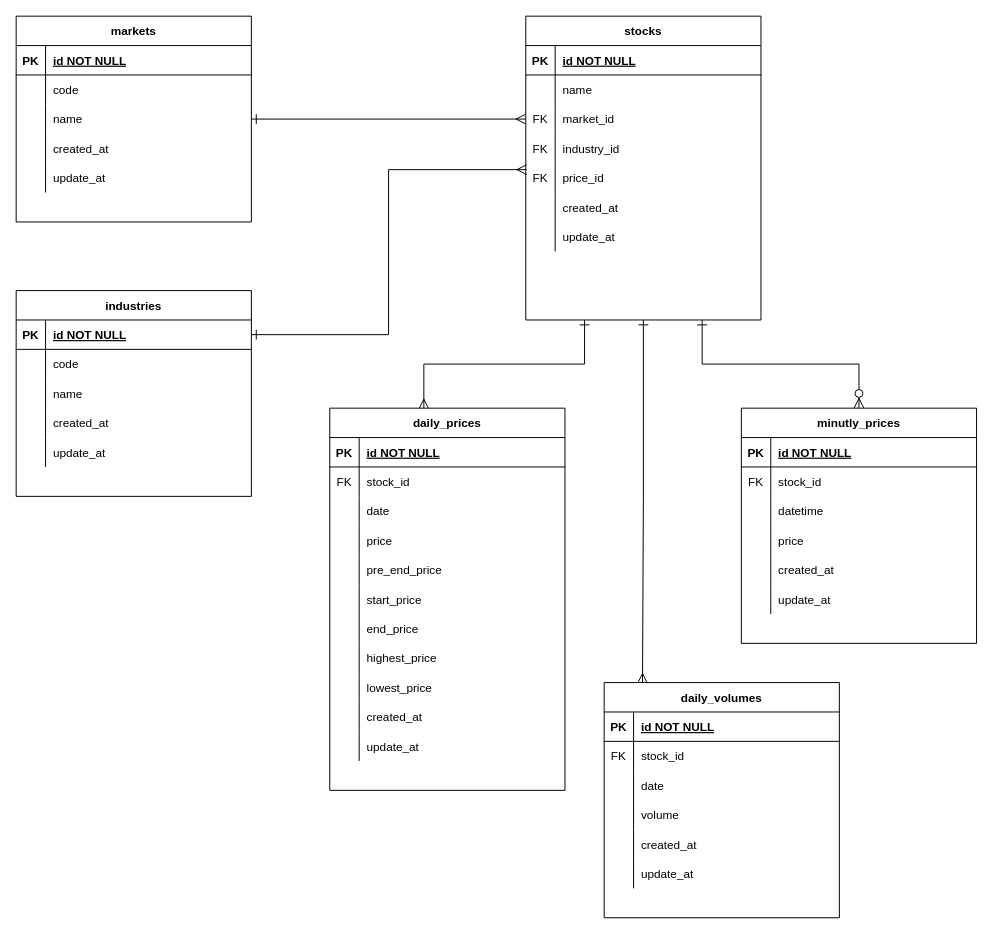
Earlier version of the draw.io diagram kabuboard2.drawio (0gravity000/er001). Source tidied: cells renumbered, new cells numbered last; positions are measured from the earlier drawing's top-left corner, leaving out a move shared by most shapes. Both pictures are drawn from the tidied source at 98%, with x=0, y=0 at pixel (16, 16).
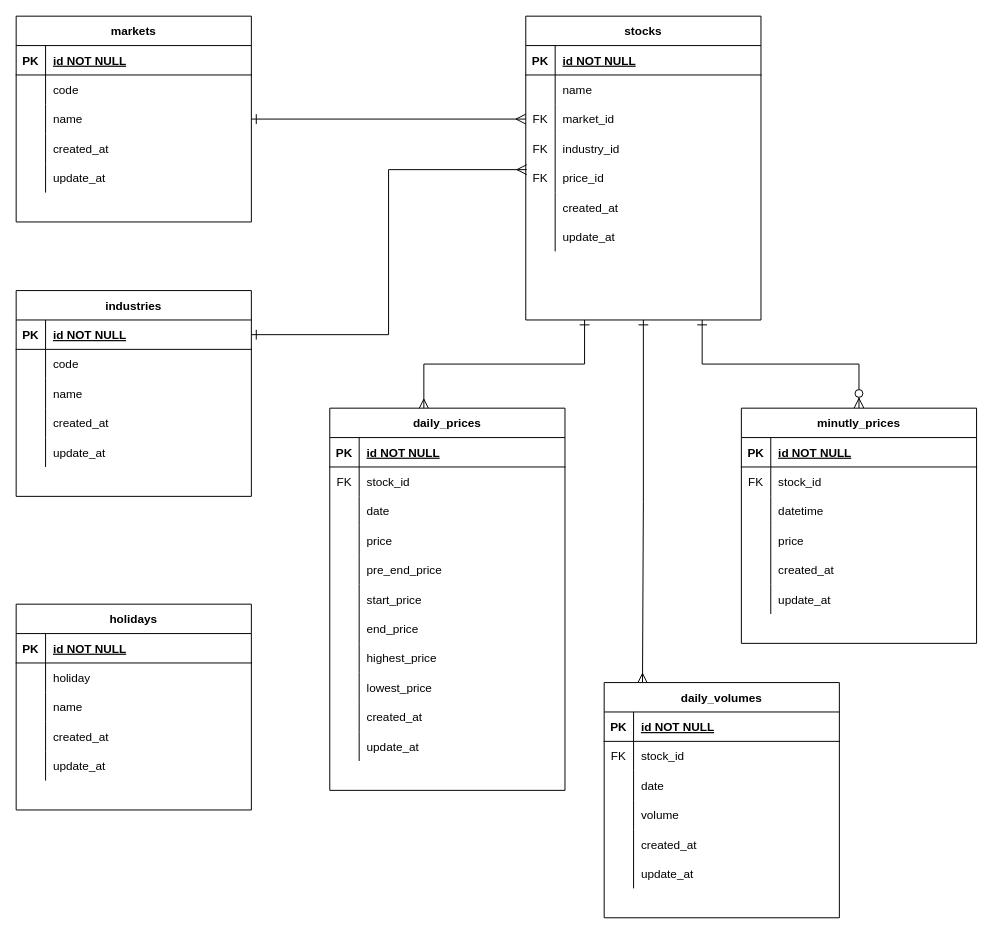
Above is the later version.

What changed in the source:
```diff
@@
+    <mxCell id="133" value="holidays" style="shape=table;startSize=30;childLayout=tableLayout;rowLines=0;fontStyle=1;align=center;" parent="1" vertex="1">
+      <mxGeometry y="600" width="240" height="210" as="geometry" />
+    </mxCell>
+    <mxCell id="134" style="shape=partialRectangle;fillColor=none;top=0;left=0;bottom=1;right=0;" parent="133" vertex="1">
+      <mxGeometry y="30" width="240" height="30" as="geometry" />
+    </mxCell>
+    <mxCell id="135" value="PK" style="shape=partialRectangle;fillColor=none;top=0;left=0;bottom=0;right=0;fontStyle=1;overflow=hidden;" parent="134" vertex="1">
+      <mxGeometry width="30" height="30" as="geometry" />
+    </mxCell>
+    <mxCell id="136" value="id NOT NULL" style="shape=partialRectangle;fillColor=none;top=0;left=0;bottom=0;right=0;align=left;spacingLeft=6;fontStyle=5;overflow=hidden;" parent="134" vertex="1">
+      <mxGeometry x="30" width="210" height="30" as="geometry" />
+    </mxCell>
+    <mxCell id="137" style="shape=partialRectangle;fillColor=none;top=0;left=0;bottom=0;right=0;" parent="133" vertex="1">
+      <mxGeometry y="60" width="240" height="30" as="geometry" />
+    </mxCell>
+    <mxCell id="138" style="shape=partialRectangle;fillColor=none;top=0;left=0;bottom=0;right=0;overflow=hidden;" parent="137" vertex="1">
+      <mxGeometry width="30" height="30" as="geometry" />
+    </mxCell>
+    <mxCell id="139" value="holiday" style="shape=partialRectangle;fillColor=none;top=0;left=0;bottom=0;right=0;align=left;spacingLeft=6;overflow=hidden;" parent="137" vertex="1">
+      <mxGeometry x="30" width="210" height="30" as="geometry" />
+    </mxCell>
+    <mxCell id="140" style="shape=partialRectangle;fillColor=none;top=0;left=0;bottom=0;right=0;" parent="133" vertex="1">
+      <mxGeometry y="90" width="240" height="30" as="geometry" />
+    </mxCell>
+    <mxCell id="141" style="shape=partialRectangle;fillColor=none;top=0;left=0;bottom=0;right=0;overflow=hidden;" parent="140" vertex="1">
+      <mxGeometry width="30" height="30" as="geometry" />
+    </mxCell>
+    <mxCell id="142" value="name" style="shape=partialRectangle;fillColor=none;top=0;left=0;bottom=0;right=0;align=left;spacingLeft=6;overflow=hidden;" parent="140" vertex="1">
+      <mxGeometry x="30" width="210" height="30" as="geometry" />
+    </mxCell>
+    <mxCell id="143" style="shape=partialRectangle;fillColor=none;top=0;left=0;bottom=0;right=0;" parent="133" vertex="1">
+      <mxGeometry y="120" width="240" height="30" as="geometry" />
+    </mxCell>
+    <mxCell id="144" style="shape=partialRectangle;fillColor=none;top=0;left=0;bottom=0;right=0;overflow=hidden;" parent="143" vertex="1">
+      <mxGeometry width="30" height="30" as="geometry" />
+    </mxCell>
+    <mxCell id="145" value="created_at" style="shape=partialRectangle;fillColor=none;top=0;left=0;bottom=0;right=0;align=left;spacingLeft=6;overflow=hidden;" parent="143" vertex="1">
+      <mxGeometry x="30" width="210" height="30" as="geometry" />
+    </mxCell>
+    <mxCell id="146" style="shape=partialRectangle;fillColor=none;top=0;left=0;bottom=0;right=0;" parent="133" vertex="1">
+      <mxGeometry y="150" width="240" height="30" as="geometry" />
+    </mxCell>
+    <mxCell id="147" style="shape=partialRectangle;fillColor=none;top=0;left=0;bottom=0;right=0;overflow=hidden;" parent="146" vertex="1">
+      <mxGeometry width="30" height="30" as="geometry" />
+    </mxCell>
+    <mxCell id="148" value="update_at" style="shape=partialRectangle;fillColor=none;top=0;left=0;bottom=0;right=0;align=left;spacingLeft=6;overflow=hidden;" parent="146" vertex="1">
+      <mxGeometry x="30" width="210" height="30" as="geometry" />
+    </mxCell>
```
